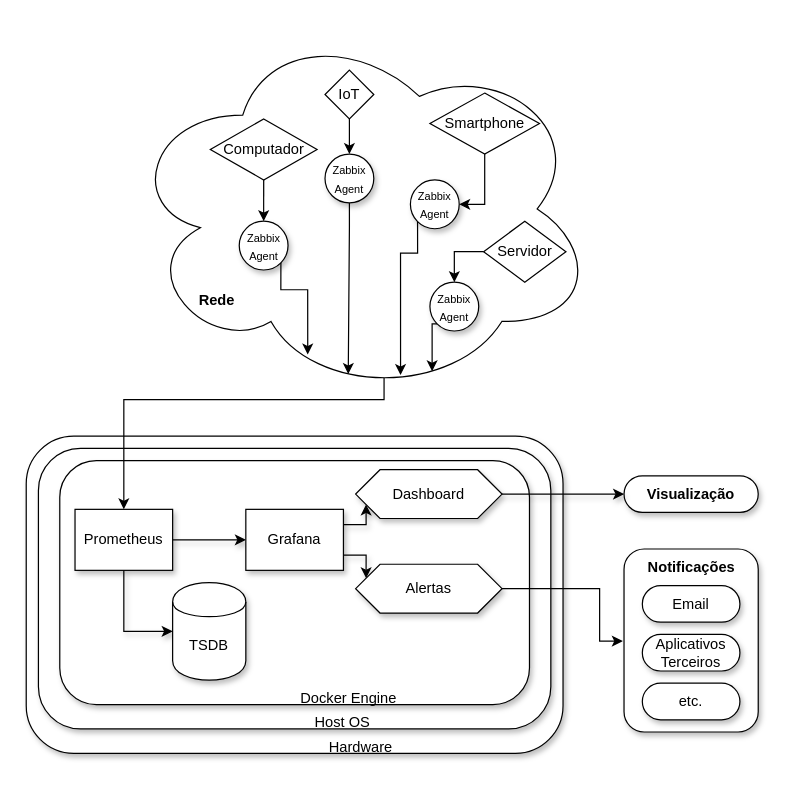
This is texto/Diagrams/v3/v3_diagram_with_layers.drawio from vitorco7/saturmon, a draw.io file, before an edit. Source tidied: cells renumbered, new cells numbered last; positions are measured from the earlier drawing's top-left corner, leaving out a move shared by most shapes. Both pictures are drawn from the tidied source at 122%, with x=0, y=0 at pixel (26, 21).
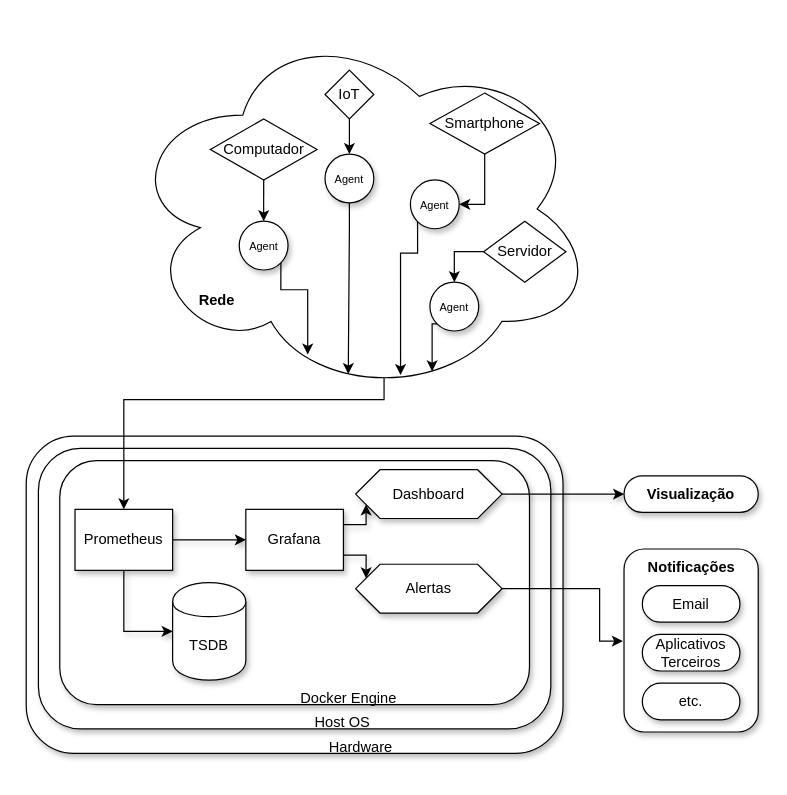
Above is the later version.

Change to the diagram source:
```diff
@@
-    <mxCell id="22" value="&lt;div&gt;&lt;font style=&quot;font-size: 9px;&quot;&gt;Zabbix Agent&lt;/font&gt;&lt;/div&gt;" style="ellipse;whiteSpace=wrap;html=1;shadow=1;" parent="1" vertex="1">
+    <mxCell id="22" value="&lt;div&gt;&lt;font style=&quot;font-size: 9px;&quot;&gt;Agent&lt;/font&gt;&lt;/div&gt;" style="ellipse;whiteSpace=wrap;html=1;shadow=1;" parent="1" vertex="1">
       <mxGeometry x="174.6" y="163.8" width="40" height="40" as="geometry" />
     </mxCell>
@@
-    <mxCell id="28" value="&lt;div&gt;&lt;font style=&quot;font-size: 9px;&quot;&gt;Zabbix Agent&lt;/font&gt;&lt;/div&gt;" style="ellipse;whiteSpace=wrap;html=1;shadow=1;" parent="1" vertex="1">
+    <mxCell id="28" value="&lt;div&gt;&lt;font style=&quot;font-size: 9px;&quot;&gt;Agent&lt;/font&gt;&lt;/div&gt;" style="ellipse;whiteSpace=wrap;html=1;shadow=1;" parent="1" vertex="1">
       <mxGeometry x="244.9" y="108.8" width="40" height="40" as="geometry" />
     </mxCell>
-    <mxCell id="29" value="&lt;div&gt;&lt;font style=&quot;font-size: 9px;&quot;&gt;Zabbix Agent&lt;/font&gt;&lt;/div&gt;" style="ellipse;whiteSpace=wrap;html=1;shadow=1;" parent="1" vertex="1">
+    <mxCell id="29" value="&lt;div&gt;&lt;font style=&quot;font-size: 9px;&quot;&gt;Agent&lt;/font&gt;&lt;/div&gt;" style="ellipse;whiteSpace=wrap;html=1;shadow=1;" parent="1" vertex="1">
       <mxGeometry x="314.9" y="130" width="40" height="40" as="geometry" />
     </mxCell>
@@
-    <mxCell id="38" value="&lt;div&gt;&lt;font style=&quot;font-size: 9px;&quot;&gt;Zabbix Agent&lt;/font&gt;&lt;/div&gt;" style="ellipse;whiteSpace=wrap;html=1;shadow=1;" parent="1" vertex="1">
+    <mxCell id="38" value="&lt;div&gt;&lt;font style=&quot;font-size: 9px;&quot;&gt;Agent&lt;/font&gt;&lt;/div&gt;" style="ellipse;whiteSpace=wrap;html=1;shadow=1;" parent="1" vertex="1">
       <mxGeometry x="330.9" y="213.8" width="40" height="40" as="geometry" />
     </mxCell>
```
